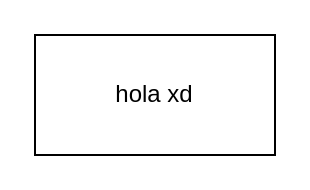
Earlier version of the draw.io diagram Modelo Relacional BD.drawio (Sharek-web/Mosaico-Estudiantes). Source tidied: cells renumbered, new cells numbered last; positions are measured from the earlier drawing's top-left corner, leaving out a move shared by most shapes. Both pictures are drawn from the tidied source at 200%, with x=0, y=0 at pixel (34, 34).
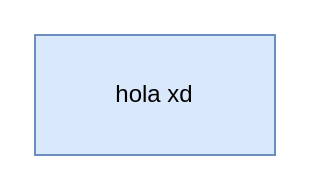
After the change.

Diff of the diagram source:
```diff
@@
 <mxGraphModel>
   <root>
     <mxCell id="0" />
     <mxCell id="1" parent="0" />
-    <mxCell id="2" value="hola xd" style="rounded=0;whiteSpace=wrap;html=1;" parent="1" vertex="1">
+    <mxCell id="2" value="hola xd" style="rounded=0;whiteSpace=wrap;html=1;fillColor=#dae8fc;strokeColor=#6c8ebf;" parent="1" vertex="1">
       <mxGeometry width="120" height="60" as="geometry" />
     </mxCell>
   </root>
 </mxGraphModel>
```
